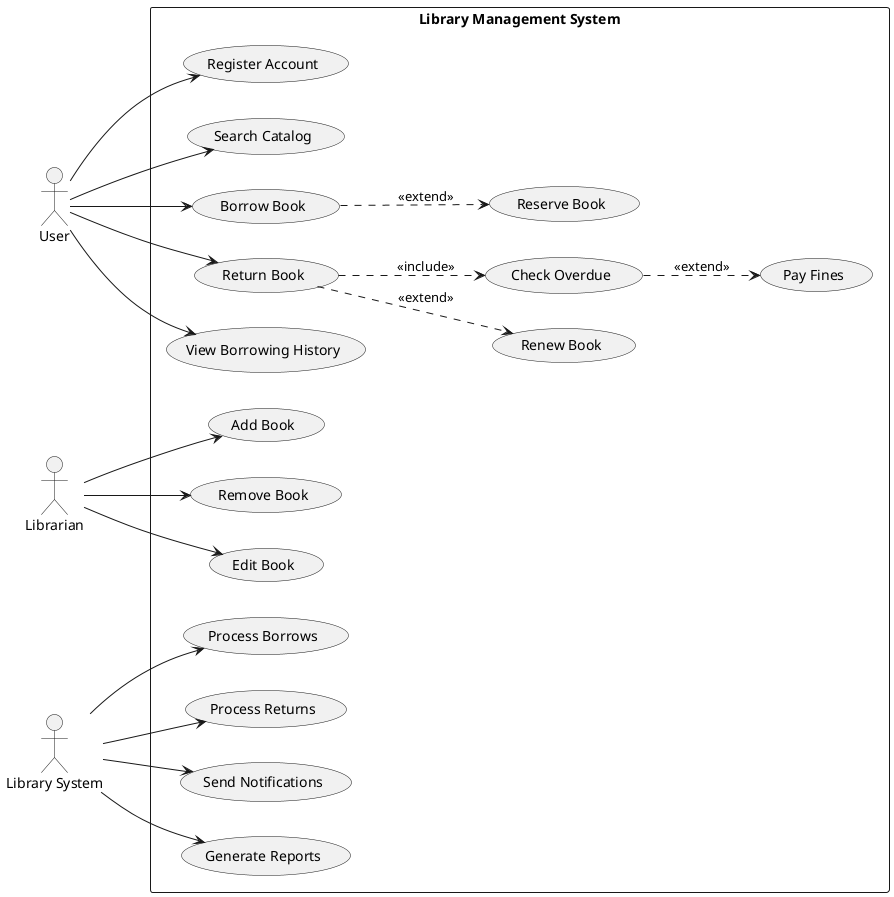
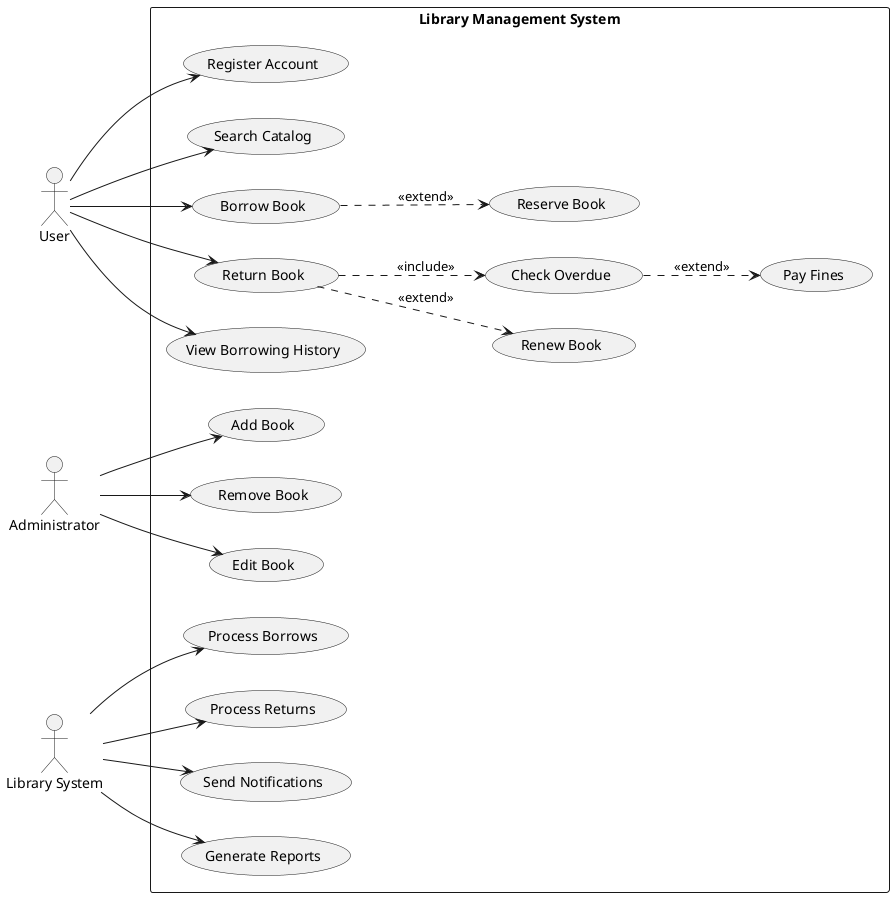
@startuml useCaseDiagram
left to right direction

actor "User" as U
- actor "Librarian" as L
+ actor "Administrator" as A
actor "Library System" as S

rectangle "Library Management System" {
  ' User Use Cases
  usecase "Register Account" as UC_Reg
  usecase "Search Catalog" as UC_Search
  usecase "Borrow Book" as UC_Borrow
  usecase "Return Book" as UC_Return
  usecase "Reserve Book" as UC_Reserve
  usecase "Renew Book" as UC_Renew
  usecase "View Borrowing History" as UC_History
  usecase "Check Overdue" as UC_Overdue
  usecase "Pay Fines" as UC_Pay

-   ' Librarian Use Cases
+   ' Administrator Use Cases
  usecase "Add Book" as UC_Add
  usecase "Remove Book" as UC_Rem
  usecase "Edit Book" as UC_Edit

  ' System Use Cases
  usecase "Process Borrows" as UC_ProcessBorrow
  usecase "Process Returns" as UC_ProcessReturn
  usecase "Send Notifications" as UC_Notify
  usecase "Generate Reports" as UC_Report
}

' User interactions
U --> UC_Reg
U --> UC_Search
U --> UC_Borrow
U --> UC_Return
U --> UC_History

' Librarian interactions
- L --> UC_Add
- L --> UC_Rem
- L --> UC_Edit
+ A --> UC_Add
+ A --> UC_Rem
+ A --> UC_Edit


' System interactions
S --> UC_ProcessBorrow
S --> UC_ProcessReturn
S --> UC_Notify
S --> UC_Report

' Relationships
UC_Return ..> UC_Overdue : <<include>>
UC_Overdue ..> UC_Pay : <<extend>>

UC_Borrow ..> UC_Reserve : <<extend>>
UC_Return ..> UC_Renew : <<extend>>
@enduml